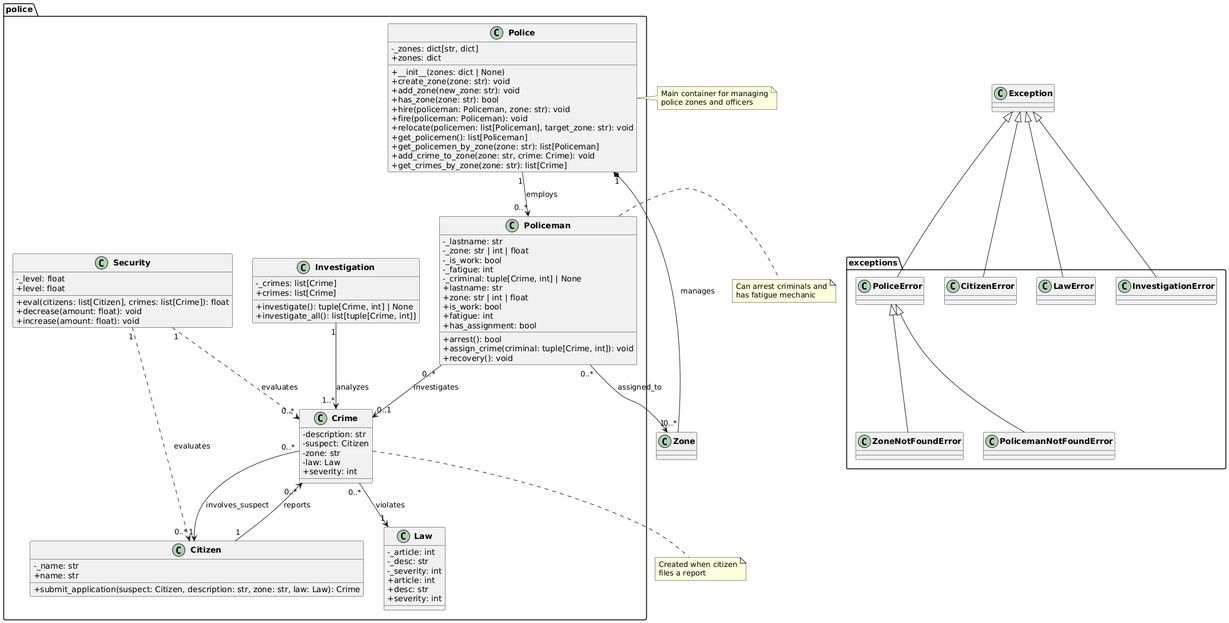
hedgehog-os/Labs keeps this PlantUML diagram as SDIS/sem2/lab1/docs/uml/class_diagram.png. Above is the earlier version.
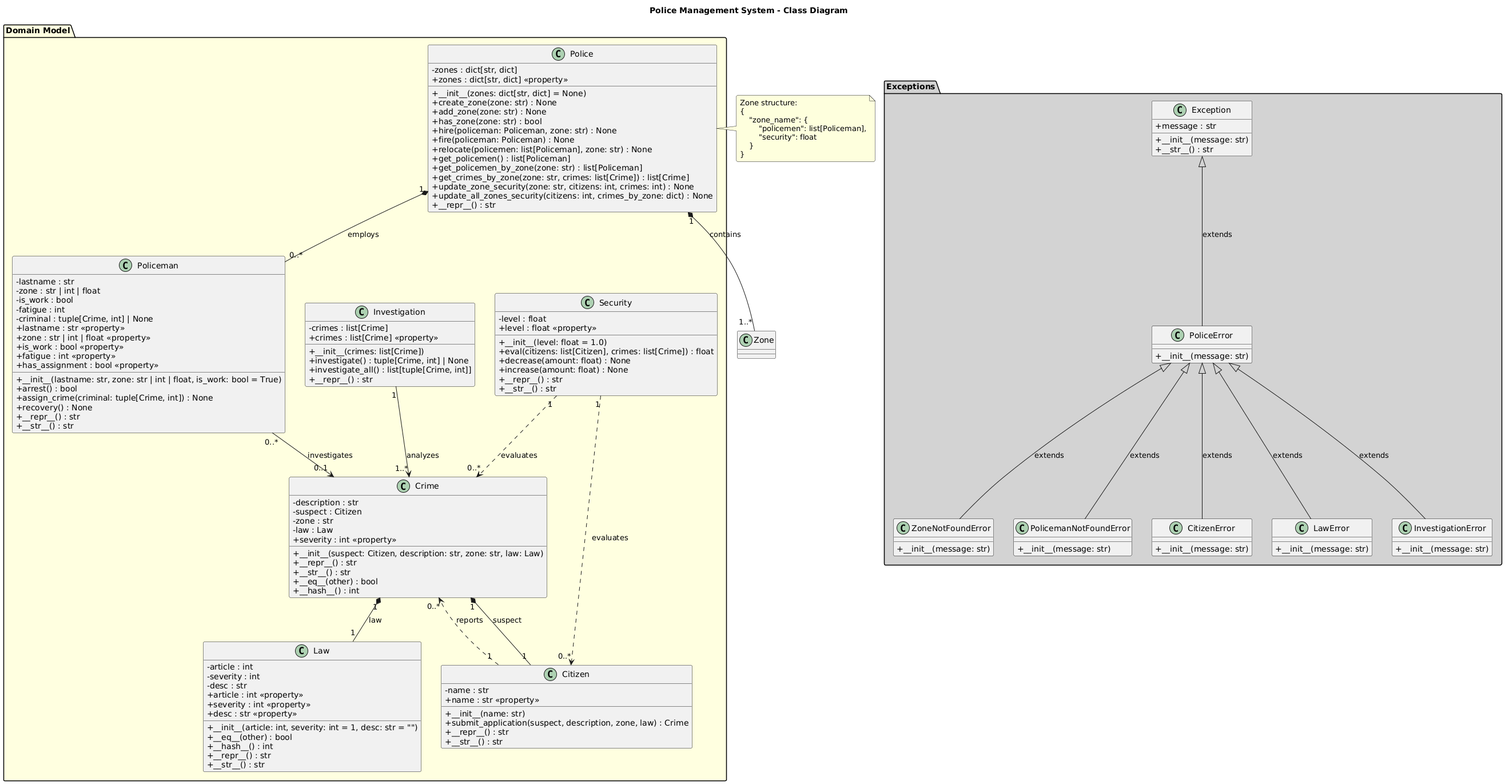
Later version of the same file.

Diff of the diagram source:
```diff
@@ -1,127 +1,174 @@
 @startuml
+
 skinparam classAttributeIconSize 0
-skinparam defaultFontName "Segoe UI"
-skinparam classFontStyle bold
+skinparam defaultFontName "Arial"
+skinparam fontSize 11
+skinparam roundcorner 5
 skinparam shadowing false
 
-package "police" {
+title Police Management System - Class Diagram
 
-  class Police {
-    - _zones: dict[str, dict]
-    + __init__(zones: dict | None)
-    + zones: dict
-    + create_zone(zone: str): void
-    + add_zone(new_zone: str): void
-    + has_zone(zone: str): bool
-    + hire(policeman: Policeman, zone: str): void
-    + fire(policeman: Policeman): void
-    + relocate(policemen: list[Policeman], target_zone: str): void
-    + get_policemen(): list[Policeman]
-    + get_policemen_by_zone(zone: str): list[Policeman]
-    + add_crime_to_zone(zone: str, crime: Crime): void
-    + get_crimes_by_zone(zone: str): list[Crime]
-  }
 
-  class Policeman {
-    - _lastname: str
-    - _zone: str | int | float
-    - _is_work: bool
-    - _fatigue: int
-    - _criminal: tuple[Crime, int] | None
-    + lastname: str
-    + zone: str | int | float
-    + is_work: bool
-    + fatigue: int
-    + has_assignment: bool
-    + arrest(): bool
-    + assign_crime(criminal: tuple[Crime, int]): void
-    + recovery(): void
-  }
+package "Exceptions" #LightGray {
 
-  class Citizen {
-    - _name: str
-    + name: str
-    + submit_application(suspect: Citizen, description: str, zone: str, law: Law): Crime
-  }
+    class Exception {
+        + message : str
+        + __init__(message: str)
+        + __str__() : str
+    }
 
-  class Crime {
-    - description: str
-    - suspect: Citizen
-    - zone: str
-    - law: Law
-    + severity: int
-  }
+    class PoliceError {
+        + __init__(message: str)
+    }
 
-  class Law {
-    - _article: int
-    - _desc: str
-    - _severity: int
-    + article: int
-    + desc: str
-    + severity: int
-  }
+    class ZoneNotFoundError {
+        + __init__(message: str)
+    }
 
-  class Investigation {
-    - _crimes: list[Crime]
-    + crimes: list[Crime]
-    + investigate(): tuple[Crime, int] | None
-    + investigate_all(): list[tuple[Crime, int]]
-  }
+    class PolicemanNotFoundError {
+        + __init__(message: str)
+    }
 
-  class Security {
-    - _level: float
-    + level: float
-    + eval(citizens: list[Citizen], crimes: list[Crime]): float
-    + decrease(amount: float): void
-    + increase(amount: float): void
-  }
+    class CitizenError {
+        + __init__(message: str)
+    }
+
+    class LawError {
+        + __init__(message: str)
+    }
+
+    class InvestigationError {
+        + __init__(message: str)
+    }
+
+    Exception <|-- PoliceError : extends
+    PoliceError <|-- ZoneNotFoundError : extends
+    PoliceError <|-- PolicemanNotFoundError : extends
+    PoliceError <|-- CitizenError : extends
+    PoliceError <|-- LawError : extends
+    PoliceError <|-- InvestigationError : extends
 }
 
-package "exceptions" {
-  class PoliceError {
-  }
-  class ZoneNotFoundError {
-  }
-  class PolicemanNotFoundError {
-  }
-  class CitizenError {
-  }
-  class LawError {
-  }
-  class InvestigationError {
-  }
+
+package "Domain Model" #LightYellow {
+
+    class Law {
+        - article : int
+        - severity : int
+        - desc : str
+        + __init__(article: int, severity: int = 1, desc: str = "")
+        + article : int <<property>>
+        + severity : int <<property>>
+        + desc : str <<property>>
+        + __eq__(other) : bool
+        + __hash__() : int
+        + __repr__() : str
+        + __str__() : str
+    }
+
+    class Citizen {
+        - name : str
+        + __init__(name: str)
+        + name : str <<property>>
+        + submit_application(suspect, description, zone, law) : Crime
+        + __repr__() : str
+        + __str__() : str
+    }
+
+    class Crime {
+        - description : str
+        - suspect : Citizen
+        - zone : str
+        - law : Law
+        + __init__(suspect: Citizen, description: str, zone: str, law: Law)
+        + severity : int <<property>>
+        + __repr__() : str
+        + __str__() : str
+        + __eq__(other) : bool
+        + __hash__() : int
+    }
+
+    class Policeman {
+        - lastname : str
+        - zone : str | int | float
+        - is_work : bool
+        - fatigue : int
+        - criminal : tuple[Crime, int] | None
+        + __init__(lastname: str, zone: str | int | float, is_work: bool = True)
+        + lastname : str <<property>>
+        + zone : str | int | float <<property>>
+        + is_work : bool <<property>>
+        + fatigue : int <<property>>
+        + has_assignment : bool <<property>>
+        + arrest() : bool
+        + assign_crime(criminal: tuple[Crime, int]) : None
+        + recovery() : None
+        + __repr__() : str
+        + __str__() : str
+    }
+
+    class Police {
+        - zones : dict[str, dict]
+        + __init__(zones: dict[str, dict] = None)
+        + zones : dict[str, dict] <<property>>
+        + create_zone(zone: str) : None
+        + add_zone(zone: str) : None
+        + has_zone(zone: str) : bool
+        + hire(policeman: Policeman, zone: str) : None
+        + fire(policeman: Policeman) : None
+        + relocate(policemen: list[Policeman], zone: str) : None
+        + get_policemen() : list[Policeman]
+        + get_policemen_by_zone(zone: str) : list[Policeman]
+        + get_crimes_by_zone(zone: str, crimes: list[Crime]) : list[Crime]
+        + update_zone_security(zone: str, citizens: int, crimes: int) : None
+        + update_all_zones_security(citizens: int, crimes_by_zone: dict) : None
+        + __repr__() : str
+    }
+
+    class Investigation {
+        - crimes : list[Crime]
+        + __init__(crimes: list[Crime])
+        + crimes : list[Crime] <<property>>
+        + investigate() : tuple[Crime, int] | None
+        + investigate_all() : list[tuple[Crime, int]]
+        + __repr__() : str
+    }
+
+    class Security {
+        - level : float
+        + __init__(level: float = 1.0)
+        + level : float <<property>>
+        + eval(citizens: list[Citizen], crimes: list[Crime]) : float
+        + decrease(amount: float) : None
+        + increase(amount: float) : None
+        + __repr__() : str
+        + __str__() : str
+    }
 }
 
-PoliceError <|-- ZoneNotFoundError
-PoliceError <|-- PolicemanNotFoundError
-Exception <|-- PoliceError
-Exception <|-- CitizenError
-Exception <|-- LawError
-Exception <|-- InvestigationError
 
-Police "1" *-- "0..*" Zone : manages
-Police "1" --> "0..*" Policeman : employs
-Policeman "0..*" --> "1" Zone : assigned_to
+Crime "1" *-- "1" Citizen : suspect
+Crime "1" *-- "1" Law : law
+
+Police "1" *-- "0..*" Policeman : employs
+Police "1" *-- "1..*" Zone : contains
+
 Policeman "0..*" --> "0..1" Crime : investigates
-Citizen "1" --> "0..*" Crime : reports
-Crime "0..*" --> "1" Citizen : involves_suspect
-Crime "0..*" --> "1" Law : violates
+
 Investigation "1" --> "1..*" Crime : analyzes
+
 Security "1" ..> "0..*" Citizen : evaluates
 Security "1" ..> "0..*" Crime : evaluates
 
+Citizen "1" ..> "0..*" Crime : reports
+
 note right of Police
-  Main container for managing
-  police zones and officers
-end note
-
-note right of Policeman
-  Can arrest criminals and
-  has fatigue mechanic
-end note
-
-note bottom of Crime
-  Created when citizen
-  files a report
+    Zone structure:
+    {
+        "zone_name": {
+            "policemen": list[Policeman],
+            "security": float
+        }
+    }
 end note
 @enduml
```
